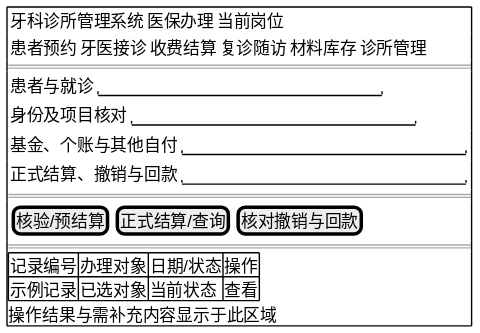
The PlantUML diagram 01-需求文档/diagrams/integrated-20261019/screen-10.svg in Shawmc-creator/systemAnalyseAndDesign, before a commit. Its source is kept beside it as 01-需求文档/diagrams/integrated-20261019/screen-10.puml. Its diagram source:
```plantuml
@startsalt
skinparam defaultFontName Microsoft YaHei
skinparam defaultFontSize 17
{+
 { 牙科诊所管理系统 | 医保办理 | 当前岗位 }
 { 患者预约 | 牙医接诊 | 收费结算 | 复诊随访 | 材料库存 | 诊所管理 }
 ===
 { 患者与就诊 | "                         " }
 { 身份及项目核对 | "                         " }
 { 基金、个账与其他自付 | "                         " }
 { 正式结算、撤销与回款 | "                         " }
 ===
 { [核验/预结算] | [正式结算/查询] | [核对撤销与回款] }
 ===
 {#
 记录编号 | 办理对象 | 日期/状态 | 操作
 示例记录 | 已选对象 | 当前状态 | 查看
 }
 操作结果与需补充内容显示于此区域
}

@endsalt
```
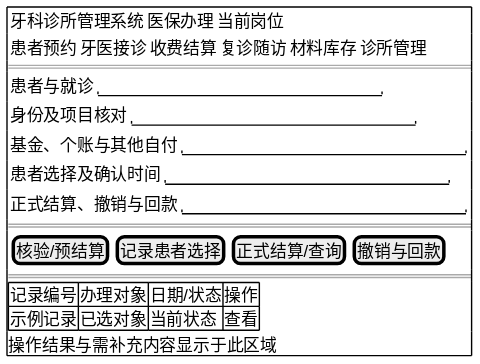
After the commit.

The edit, as a diff of the source:
```diff
@@ -8,9 +8,10 @@
  { 患者与就诊 | "                         " }
  { 身份及项目核对 | "                         " }
  { 基金、个账与其他自付 | "                         " }
+ { 患者选择及确认时间 | "                         " }
  { 正式结算、撤销与回款 | "                         " }
  ===
- { [核验/预结算] | [正式结算/查询] | [核对撤销与回款] }
+ { [核验/预结算] | [记录患者选择] | [正式结算/查询] | [撤销与回款] }
  ===
  {#
  记录编号 | 办理对象 | 日期/状态 | 操作
```
